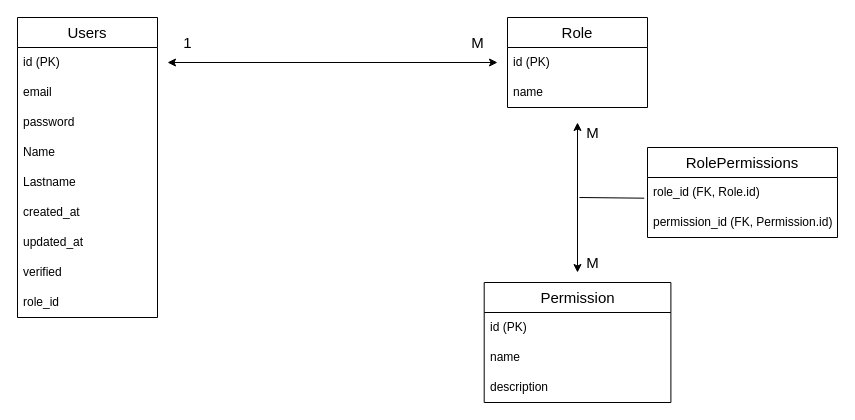
moises-ph/Nodens-documentacion keeps this draw.io diagram as Base de datos/AuthService/MER AuthServiceDB.drawio. Above is the earlier version. Source tidied: cells renumbered, new cells numbered last; positions are measured from the earlier drawing's top-left corner, leaving out a move shared by most shapes. Both pictures are drawn from the tidied source at 100%, with x=0, y=0 at pixel (17, 17).
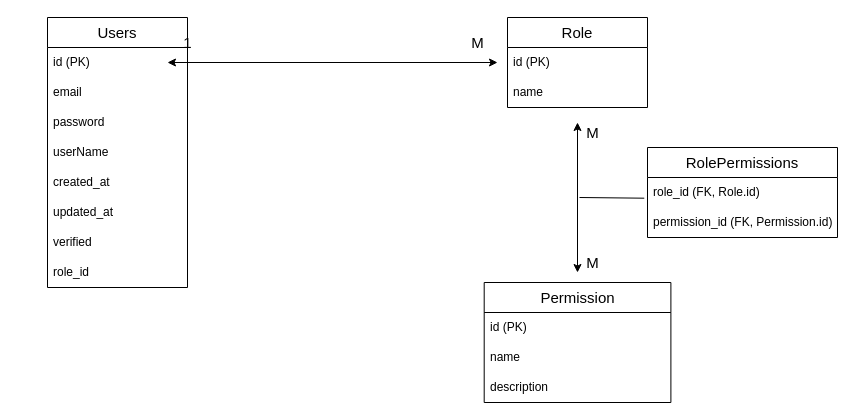
Above is the later version.

What changed in the source:
```diff
@@
     <mxCell id="2" value="Users" style="swimlane;fontStyle=0;horizontal=1;startSize=30;whiteSpace=wrap;html=1;fontSize=15;" parent="1" vertex="1">
-      <mxGeometry width="140" height="300" as="geometry" />
+      <mxGeometry x="30" width="140" height="270" as="geometry" />
     </mxCell>
@@
-    <mxCell id="6" value="Name" style="text;strokeColor=none;fillColor=none;align=left;verticalAlign=middle;spacingLeft=4;spacingRight=4;overflow=hidden;whiteSpace=wrap;html=1;" parent="2" vertex="1">
+    <mxCell id="6" value="userName" style="text;strokeColor=none;fillColor=none;align=left;verticalAlign=middle;spacingLeft=4;spacingRight=4;overflow=hidden;whiteSpace=wrap;html=1;" parent="2" vertex="1">
       <mxGeometry y="120" width="140" height="30" as="geometry" />
     </mxCell>
-    <mxCell id="7" value="Lastname" style="text;strokeColor=none;fillColor=none;align=left;verticalAlign=middle;spacingLeft=4;spacingRight=4;overflow=hidden;whiteSpace=wrap;html=1;" parent="2" vertex="1">
-      <mxGeometry y="150" width="140" height="30" as="geometry" />
-    </mxCell>
     <mxCell id="8" value="created_at" style="text;strokeColor=none;fillColor=none;align=left;verticalAlign=middle;spacingLeft=4;spacingRight=4;overflow=hidden;whiteSpace=wrap;html=1;" parent="2" vertex="1">
-      <mxGeometry y="180" width="140" height="30" as="geometry" />
+      <mxGeometry y="150" width="140" height="30" as="geometry" />
     </mxCell>
     <mxCell id="9" value="updated_at" style="text;strokeColor=none;fillColor=none;align=left;verticalAlign=middle;spacingLeft=4;spacingRight=4;overflow=hidden;whiteSpace=wrap;html=1;" parent="2" vertex="1">
-      <mxGeometry y="210" width="140" height="30" as="geometry" />
+      <mxGeometry y="180" width="140" height="30" as="geometry" />
     </mxCell>
     <mxCell id="10" value="verified" style="text;strokeColor=none;fillColor=none;align=left;verticalAlign=middle;spacingLeft=4;spacingRight=4;overflow=hidden;whiteSpace=wrap;html=1;" parent="2" vertex="1">
-      <mxGeometry y="240" width="140" height="30" as="geometry" />
+      <mxGeometry y="210" width="140" height="30" as="geometry" />
     </mxCell>
     <mxCell id="11" value="role_id" style="text;strokeColor=none;fillColor=none;align=left;verticalAlign=middle;spacingLeft=4;spacingRight=4;overflow=hidden;whiteSpace=wrap;html=1;" parent="2" vertex="1">
-      <mxGeometry y="270" width="140" height="30" as="geometry" />
+      <mxGeometry y="240" width="140" height="30" as="geometry" />
     </mxCell>
```
